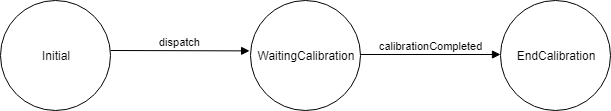
The draw.io diagram Docs/sprint2/ButlerMindBehaviour.png in xAlessandroC/iss2019TemaFinale, before a commit. Source tidied: cells renumbered, new cells last; positions are measured from the earlier drawing's top-left corner, leaving out a move shared by most shapes. Source of this version:
```xml
<mxGraphModel>
  <root>
    <mxCell id="0" />
    <mxCell id="1" parent="0" />
    <mxCell id="2" value="Initial" style="ellipse;whiteSpace=wrap;html=1;" parent="1" vertex="1">
      <mxGeometry width="110" height="110" as="geometry" />
    </mxCell>
    <mxCell id="3" value="WaitingCalibration" style="ellipse;whiteSpace=wrap;html=1;" parent="1" vertex="1">
      <mxGeometry x="250" width="110" height="110" as="geometry" />
    </mxCell>
    <mxCell id="4" value="EndCalibration" style="ellipse;whiteSpace=wrap;html=1;" parent="1" vertex="1">
      <mxGeometry x="500" width="110" height="110" as="geometry" />
    </mxCell>
    <mxCell id="5" value="dispatch" style="html=1;verticalAlign=bottom;endArrow=block;entryX=-0.008;entryY=0.458;entryDx=0;entryDy=0;entryPerimeter=0;" parent="1" edge="1" target="3">
      <mxGeometry relative="1" as="geometry">
        <mxPoint x="110" y="50" as="sourcePoint" />
      </mxGeometry>
    </mxCell>
    <mxCell id="6" value="calibrationCompleted" style="html=1;verticalAlign=bottom;endArrow=block;" parent="1" edge="1">
      <mxGeometry relative="1" as="geometry">
        <mxPoint x="360" y="54" as="sourcePoint" />
        <mxPoint x="500" y="54" as="targetPoint" />
      </mxGeometry>
    </mxCell>
  </root>
</mxGraphModel>
```
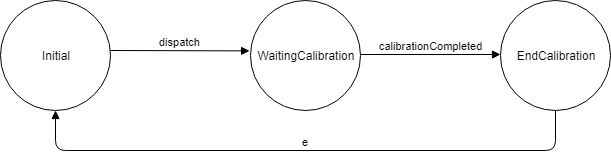
The same diagram one commit later.

Diff of the diagram source:
```diff
@@ -22,5 +22,13 @@
         <mxPoint x="500" y="54" as="targetPoint" />
       </mxGeometry>
     </mxCell>
+    <mxCell id="7" value="e" style="html=1;verticalAlign=bottom;endArrow=block;exitX=0.5;exitY=1;exitDx=0;exitDy=0;entryX=0.5;entryY=1;entryDx=0;entryDy=0;" parent="1" edge="1" source="4" target="2">
+      <mxGeometry relative="1" as="geometry">
+        <Array as="points">
+          <mxPoint x="555" y="150" />
+          <mxPoint x="55" y="150" />
+        </Array>
+      </mxGeometry>
+    </mxCell>
   </root>
 </mxGraphModel>
```
